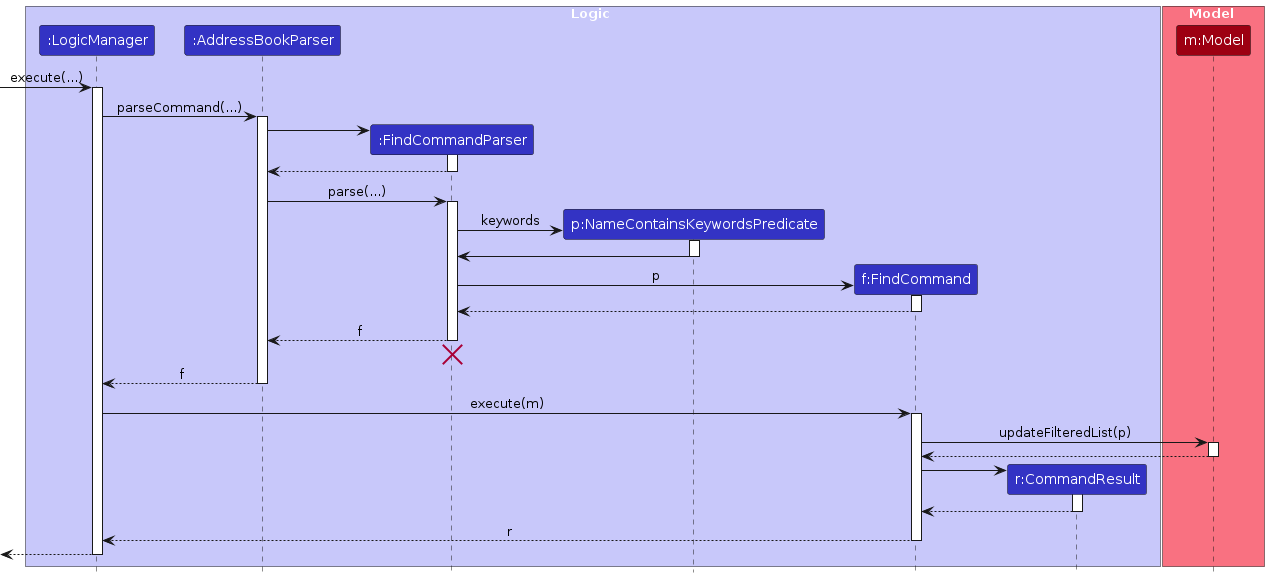
This is diagrams/FindSequenceDiagram.png from woke02/tp, a PlantUML export, as it was before one commit. Its source is kept beside it as diagrams/FindSequenceDiagram.puml.
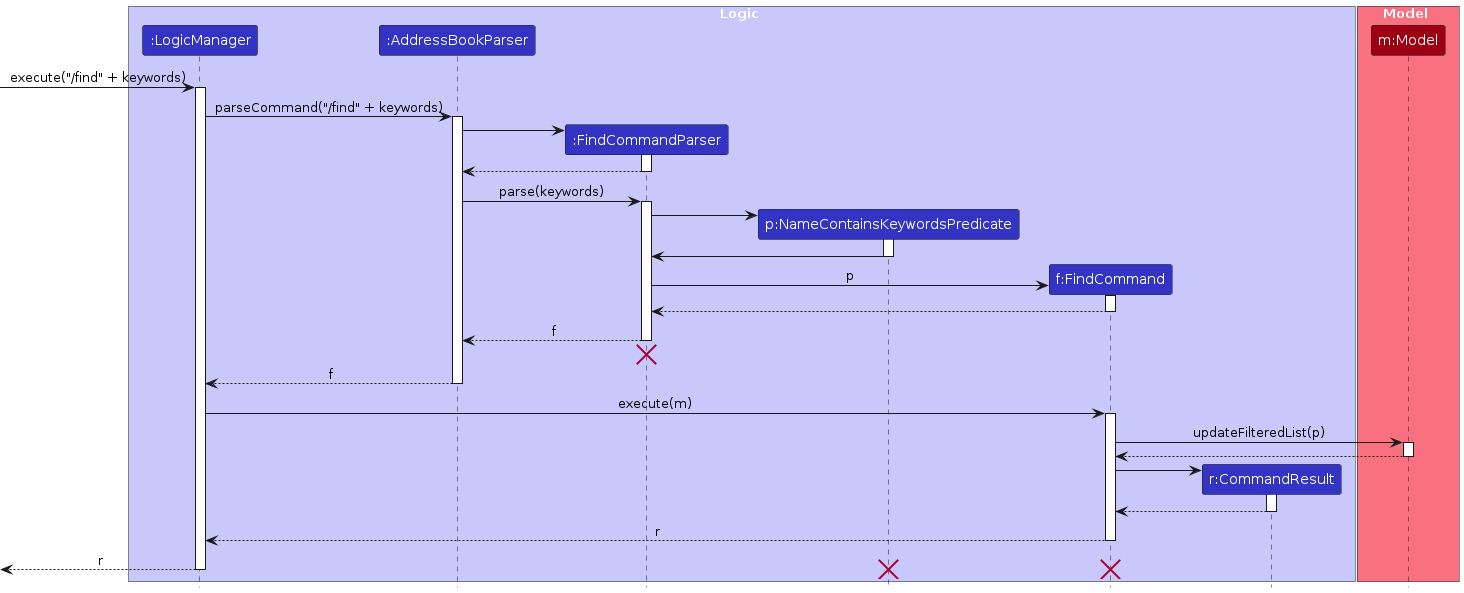
Above is the later version.

Diff of the diagram source:
```diff
@@ -15,10 +15,10 @@
 participant "m:Model" as Model MODEL_COLOR
 end box
 
-[-> LogicManager : execute(...)
+[-> LogicManager : execute("/find" + keywords)
 activate LogicManager
 
-LogicManager -> AddressBookParser : parseCommand(...)
+LogicManager -> AddressBookParser : parseCommand("/find" + keywords)
 activate AddressBookParser
 
 create FindCommandParser
@@ -28,11 +28,11 @@
 FindCommandParser --> AddressBookParser
 deactivate FindCommandParser
 
-AddressBookParser -> FindCommandParser : parse(...)
+AddressBookParser -> FindCommandParser : parse(keywords)
 activate FindCommandParser
 
 create NameContainsKeywordsPredicate
-FindCommandParser -> NameContainsKeywordsPredicate : keywords
+FindCommandParser -> NameContainsKeywordsPredicate :
 activate NameContainsKeywordsPredicate
 
 NameContainsKeywordsPredicate -> FindCommandParser
@@ -73,6 +73,9 @@
 FindCommand --> LogicManager : r
 deactivate FindCommand
 
-[<--LogicManager
+[<--LogicManager : r
 deactivate LogicManager
+destroy FindCommand
+destroy NameContainsKeywordsPredicate
+
 @enduml
```
